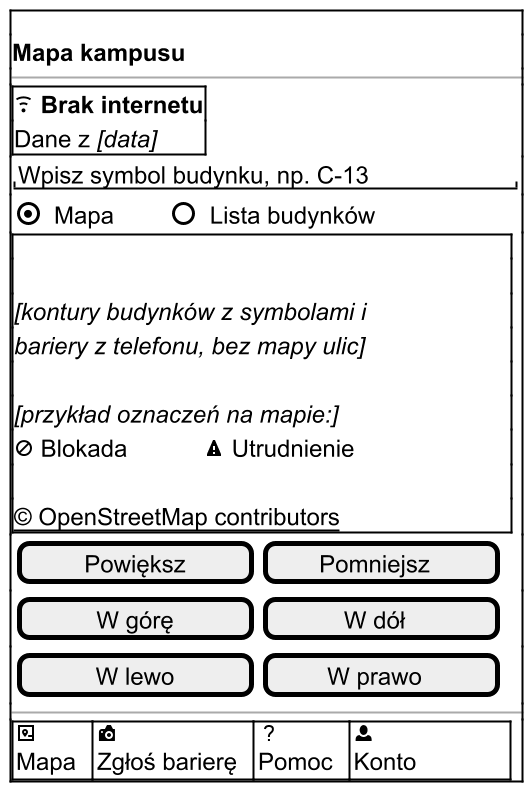
Earlier version of the PlantUML export docs/docs/_generated/m-v1-mapa-brak-sieci.png (dostepny-kampus/dostepny-kampus).
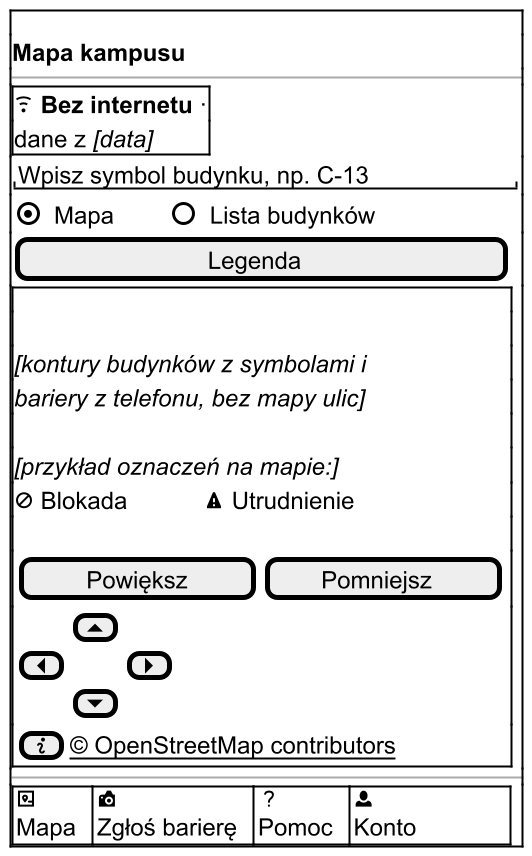
Above is the later version.

Change to the diagram source:
```diff
@@ -4,11 +4,11 @@
 !include _odwiedzajacy.iuml
 $ekran_poczatek()
 $naglowek_startowy("Mapa kampusu")
-$brak_internetu("Dane z <i>[data]</i>")
+$brak_internetu("dane z <i>[data]</i>")
 $pole_tekstowe("Wpisz symbol budynku, np. C-13")
 $przelacznik("Mapa", "Lista budynków", 1)
-$mapa("kontury budynków z symbolami i bariery z telefonu, bez mapy ulic", $blokada() + $dk_spacje(6) + $utrudnienie())
-$przyciski_mapy()
+$przycisk("Legenda")
+$mapa("kontury budynków z symbolami i bariery z telefonu, bez mapy ulic", $blokada() + $dk_spacje(6) + $utrudnienie(), "info")
 $pasek_dolny_konto()
 $ekran_koniec()
 @endsalt
```
